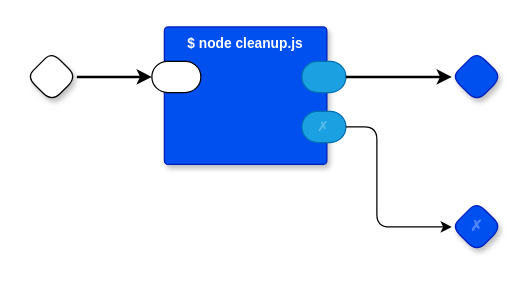
Above: page "Cleanup" (35 of 35) of rt2all.drawio in guitarvydas/rt (draw.io), before the change. Source tidied: cells renumbered, new cells numbered last; positions are measured from the earlier drawing's top-left corner, leaving out a move shared by most shapes. Both pictures are drawn from the tidied source at 125%, with x=0, y=0 at pixel (26, 26).
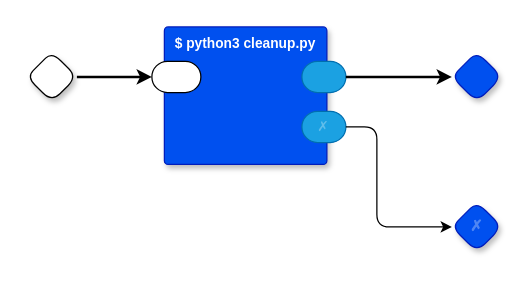
After the change.

Change to the diagram source:
```diff
@@
 <mxGraphModel>
   <root>
     <mxCell id="0" />
     <mxCell id="1" parent="0" />
     <mxCell id="2" style="rhombus;whiteSpace=wrap;html=1;rounded=1;fontStyle=1;glass=0;sketch=0;fontSize=12;points=[[0,0.5,0,0,0],[0.5,0,0,0,0],[0.5,1,0,0,0],[1,0.5,0,0,0]];shadow=1;fontFamily=Helvetica;fontColor=default;" parent="1" vertex="1">
       <mxGeometry y="20" width="40" height="40" as="geometry" />
     </mxCell>
     <mxCell id="3" style="rhombus;whiteSpace=wrap;html=1;rounded=1;fontStyle=1;glass=0;sketch=0;fontSize=12;points=[[0,0.5,0,0,0],[0.5,0,0,0,0],[0.5,1,0,0,0],[1,0.5,0,0,0]];shadow=1;fillColor=#0050ef;fontColor=#ffffff;strokeColor=#001DBC;fontFamily=Helvetica;" parent="1" vertex="1">
       <mxGeometry x="340" y="20" width="40" height="40" as="geometry" />
     </mxCell>
     <mxCell id="4" value="✗" style="rhombus;whiteSpace=wrap;html=1;rounded=1;fillColor=#0050ef;fontColor=#ffffff;strokeColor=#001DBC;fontStyle=1;glass=0;sketch=0;fontSize=12;points=[[0,0.5,0,0,0],[0.5,0,0,0,0],[0.5,1,0,0,0],[1,0.5,0,0,0]];shadow=1;textOpacity=30;" parent="1" vertex="1">
       <mxGeometry x="340" y="140" width="40" height="40" as="geometry" />
     </mxCell>
-    <mxCell id="5" value="$ node cleanup.js" style="rounded=1;sketch=0;verticalAlign=top;arcSize=6;fontStyle=1;absoluteArcSize=1;shadow=1;strokeColor=#001DBC;fillColor=#0050ef;fontColor=#ffffff;fontFamily=Helvetica;fontSize=11;" parent="1" vertex="1">
+    <mxCell id="5" value="$ python3 cleanup.py" style="rounded=1;sketch=0;verticalAlign=top;arcSize=6;fontStyle=1;absoluteArcSize=1;shadow=1;strokeColor=#001DBC;fillColor=#0050ef;fontColor=#ffffff;fontFamily=Helvetica;fontSize=11;" parent="1" vertex="1">
       <mxGeometry x="110" width="130" height="110" as="geometry" />
     </mxCell>
     <mxCell id="6" style="rounded=1;whiteSpace=wrap;html=1;sketch=0;points=[[0,0.5,0,0,0],[1,0.5,0,0,0]];arcSize=50;fontFamily=Helvetica;fontSize=11;fontColor=default;" parent="5" vertex="1">
       <mxGeometry x="-10" y="27.5" width="39.2" height="25" as="geometry" />
     </mxCell>
     <mxCell id="7" style="rounded=1;whiteSpace=wrap;html=1;sketch=0;points=[[0,0.5,0,0,0],[1,0.5,0,0,0]];fillColor=#1ba1e2;fontColor=#ffffff;strokeColor=#006EAF;arcSize=50;fontFamily=Helvetica;fontSize=11;" parent="5" vertex="1">
       <mxGeometry x="110" y="27.5" width="35.2" height="25" as="geometry" />
     </mxCell>
     <mxCell id="8" value="✗" style="rounded=1;whiteSpace=wrap;html=1;sketch=0;points=[[0,0.5,0,0,0],[1,0.5,0,0,0]];fillColor=#1ba1e2;fontColor=#ffffff;strokeColor=#006EAF;arcSize=50;fontFamily=Helvetica;fontSize=11;textOpacity=30;" parent="5" vertex="1">
       <mxGeometry x="110" y="67.5" width="35.2" height="25" as="geometry" />
     </mxCell>
     <mxCell id="9" style="edgeStyle=orthogonalEdgeStyle;rounded=0;jettySize=auto;html=1;exitX=1;exitY=0.5;exitDx=0;exitDy=0;exitPerimeter=0;entryX=0;entryY=0.5;entryDx=0;entryDy=0;entryPerimeter=0;strokeWidth=2;" parent="1" edge="1" source="2" target="6">
       <mxGeometry relative="1" as="geometry" />
     </mxCell>
     <mxCell id="10" style="edgeStyle=orthogonalEdgeStyle;rounded=0;jettySize=auto;html=1;exitX=1;exitY=0.5;exitDx=0;exitDy=0;exitPerimeter=0;strokeWidth=2;entryX=0;entryY=0.5;entryDx=0;entryDy=0;entryPerimeter=0;" parent="1" edge="1" source="7" target="3">
       <mxGeometry relative="1" as="geometry" />
     </mxCell>
     <mxCell id="11" style="edgeStyle=orthogonalEdgeStyle;rounded=1;jettySize=auto;html=1;exitX=1;exitY=0.5;exitDx=0;exitDy=0;exitPerimeter=0;entryX=0;entryY=0.5;entryDx=0;entryDy=0;entryPerimeter=0;curved=0;" parent="1" edge="1" source="8" target="4">
       <mxGeometry relative="1" as="geometry">
         <Array as="points">
           <mxPoint x="280" y="80" />
           <mxPoint x="280" y="160" />
         </Array>
       </mxGeometry>
     </mxCell>
   </root>
 </mxGraphModel>
```
